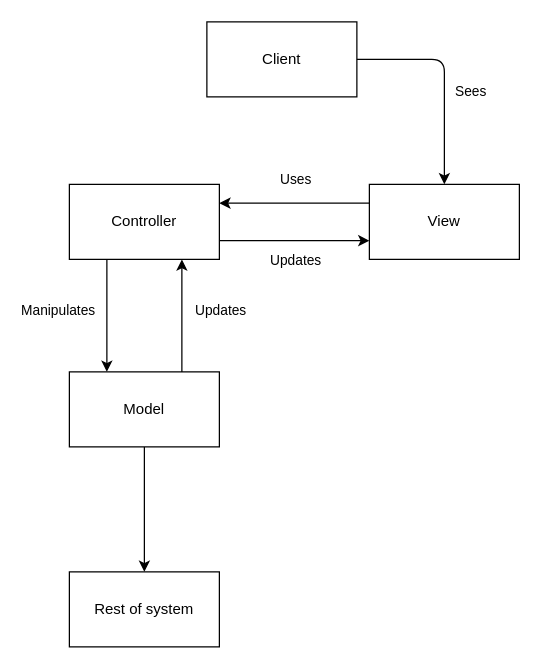
The draw.io diagram docs/architecture-diagrams/mvc.drawio in COS301-SE-2024/TailWaggr, before the edit. Source tidied: cells renumbered, new cells numbered last; positions are measured from the earlier drawing's top-left corner, leaving out a move shared by most shapes. Both pictures are drawn from the tidied source at 125%, with x=0, y=0 at pixel (69, 21).
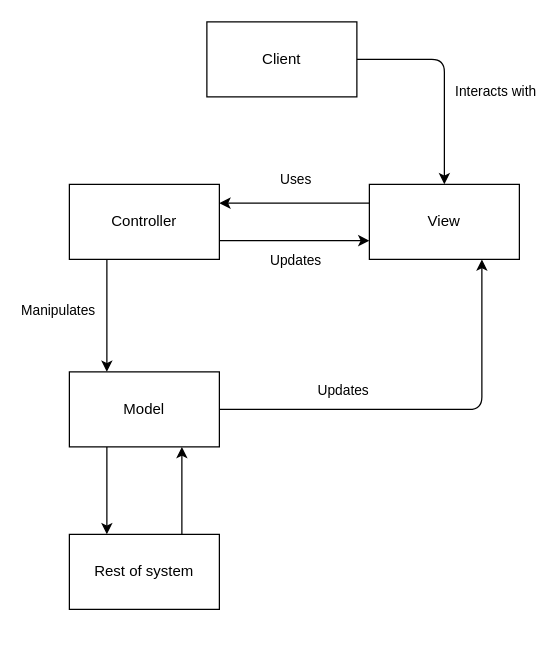
The same page after the edit.

Commit message:
feat(architecture-documentation): created second draft of MVC diagram

The change refers to these unchanged cells:
```xml
<mxCell id="2" value="Model" style="rounded=0;whiteSpace=wrap;html=1;" parent="1" vertex="1">
  <mxGeometry y="280" width="120" height="60" as="geometry" />
</mxCell>
<mxCell id="3" value="View" style="rounded=0;whiteSpace=wrap;html=1;" parent="1" vertex="1">
  <mxGeometry x="240" y="130" width="120" height="60" as="geometry" />
</mxCell>
<mxCell id="6" value="Controller" style="rounded=0;whiteSpace=wrap;html=1;" parent="1" vertex="1">
  <mxGeometry y="130" width="120" height="60" as="geometry" />
</mxCell>
<mxCell id="8" style="endArrow=classic;html=1;exitX=1;exitY=0.5;exitDx=0;exitDy=0;entryX=0.5;entryY=0;entryDx=0;entryDy=0;" parent="1" edge="1" source="7" target="3">
  <mxGeometry relative="1" as="geometry">
    <Array as="points">
      <mxPoint x="300" y="30" />
    </Array>
  </mxGeometry>
</mxCell>
```

The edit, as a diff of the source:
```diff
@@
-    <mxCell id="9" value="Sees" style="edgeLabel;html=1;align=center;verticalAlign=middle;" parent="8" vertex="1">
+    <mxCell id="9" value="Interacts with" style="edgeLabel;html=1;align=center;verticalAlign=middle;" parent="8" vertex="1">
       <mxGeometry x="0.12" y="2" relative="1" as="geometry">
-        <mxPoint x="18" as="offset" />
+        <mxPoint x="38" as="offset" />
       </mxGeometry>
     </mxCell>
@@
-    <mxCell id="12" style="endArrow=classic;html=1;exitX=1;exitY=0.75;exitDx=0;exitDy=0;entryX=0;entryY=0.75;entryDx=0;entryDy=0;" parent="1" edge="1" source="6" target="3">
-      <mxGeometry relative="1" as="geometry" />
+    <mxCell id="12" style="endArrow=classic;html=1;exitX=1;exitY=0.75;exitDx=0;exitDy=0;entryX=0;entryY=0.75;entryDx=0;entryDy=0;" parent="1" edge="1">
+      <mxGeometry relative="1" as="geometry">
+        <mxPoint x="120" y="175" as="sourcePoint" />
+        <mxPoint x="240" y="175" as="targetPoint" />
+      </mxGeometry>
     </mxCell>
@@
-    <mxCell id="14" style="endArrow=classic;html=1;exitX=0.75;exitY=0;exitDx=0;exitDy=0;entryX=0.75;entryY=1;entryDx=0;entryDy=0;" parent="1" edge="1" source="2" target="6">
-      <mxGeometry relative="1" as="geometry" />
+    <mxCell id="14" style="endArrow=classic;html=1;exitX=1;exitY=0.5;exitDx=0;exitDy=0;entryX=0.75;entryY=1;entryDx=0;entryDy=0;" parent="1" edge="1" source="2" target="3">
+      <mxGeometry relative="1" as="geometry">
+        <Array as="points">
+          <mxPoint x="330" y="310" />
+        </Array>
+      </mxGeometry>
     </mxCell>
     <mxCell id="15" value="Updates" style="edgeLabel;html=1;align=center;verticalAlign=middle;" parent="14" vertex="1">
       <mxGeometry x="-0.32" y="5" relative="1" as="geometry">
-        <mxPoint x="35" y="-19" as="offset" />
+        <mxPoint x="-14" y="-11" as="offset" />
       </mxGeometry>
     </mxCell>
-    <mxCell id="16" style="edgeStyle=none;html=1;exitX=0.5;exitY=1;exitDx=0;exitDy=0;entryX=0.5;entryY=0;entryDx=0;entryDy=0;" parent="1" edge="1" source="2" target="17">
+    <mxCell id="16" style="edgeStyle=none;html=1;exitX=0.25;exitY=1;exitDx=0;exitDy=0;entryX=0.25;entryY=0;entryDx=0;entryDy=0;" parent="1" edge="1" source="2" target="17">
       <mxGeometry relative="1" as="geometry" />
     </mxCell>
     <mxCell id="17" value="Rest of system" style="rounded=0;whiteSpace=wrap;html=1;" parent="1" vertex="1">
-      <mxGeometry y="440" width="120" height="60" as="geometry" />
+      <mxGeometry y="410" width="120" height="60" as="geometry" />
     </mxCell>
+    <mxCell id="18" style="edgeStyle=none;html=1;exitX=0.75;exitY=0;exitDx=0;exitDy=0;entryX=0.75;entryY=1;entryDx=0;entryDy=0;" parent="1" edge="1" source="17" target="2">
+      <mxGeometry relative="1" as="geometry" />
+    </mxCell>
```
